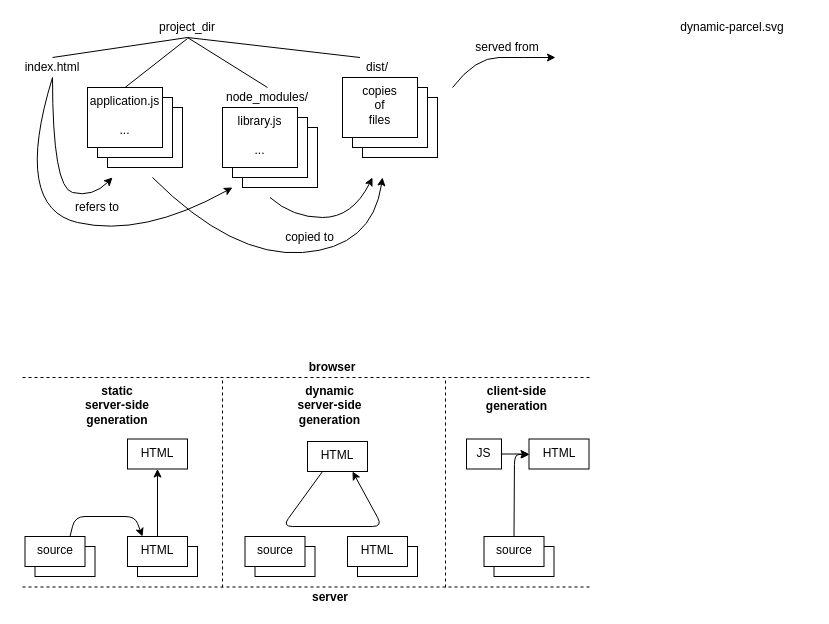
The draw.io diagram drawio/dynamic.drawio in software-tools-books/js4ds, before the edit. Source tidied: cells renumbered, new cells numbered last; positions are measured from the earlier drawing's top-left corner, leaving out a move shared by most shapes. Both pictures are drawn from the tidied source at 100%, with x=0, y=0 at pixel (12, 17).
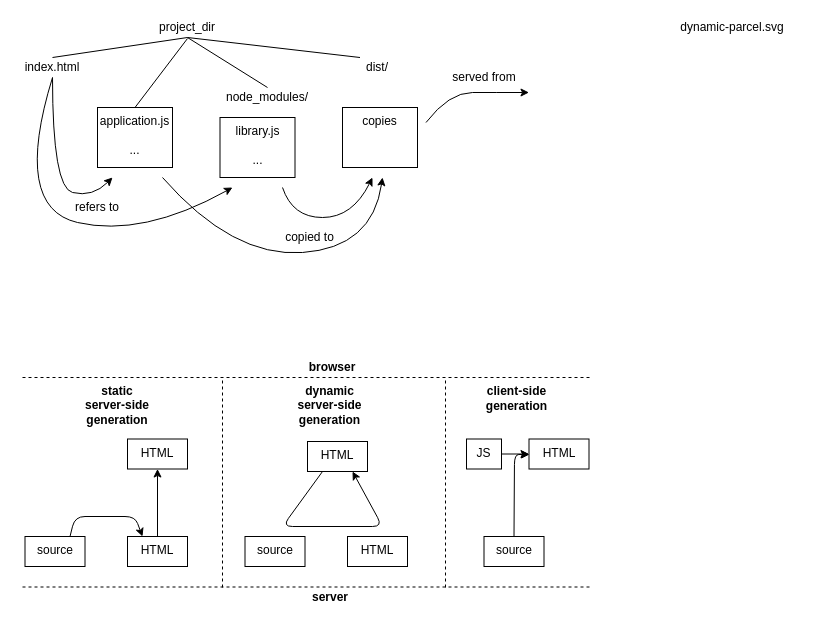
The same page after the edit.

Diff of the diagram source:
```diff
@@
-    <mxCell id="2" style="text;html=1;strokeColor=#000000;fillColor=#ffffff;align=center;verticalAlign=top;whiteSpace=wrap;rounded=0;" parent="1" vertex="1">
-      <mxGeometry x="125" y="529" width="60" height="30" as="geometry" />
-    </mxCell>
-    <mxCell id="3" style="text;html=1;strokeColor=#000000;fillColor=#ffffff;align=center;verticalAlign=top;whiteSpace=wrap;rounded=0;" parent="1" vertex="1">
-      <mxGeometry x="22.5" y="529" width="60" height="30" as="geometry" />
-    </mxCell>
-    <mxCell id="4" style="text;html=1;strokeColor=#000000;fillColor=#ffffff;align=center;verticalAlign=top;whiteSpace=wrap;rounded=0;" parent="1" vertex="1">
-      <mxGeometry x="95" y="90" width="75" height="60" as="geometry" />
-    </mxCell>
@@
-    <mxCell id="13" style="text;html=1;strokeColor=#000000;fillColor=#ffffff;align=center;verticalAlign=top;whiteSpace=wrap;rounded=0;" parent="1" vertex="1">
-      <mxGeometry x="85" y="80" width="75" height="60" as="geometry" />
-    </mxCell>
     <mxCell id="14" value="application.js&lt;div&gt;&lt;br&gt;&lt;/div&gt;&lt;div&gt;...&lt;br&gt;&lt;/div&gt;" style="text;html=1;strokeColor=#000000;fillColor=#ffffff;align=center;verticalAlign=top;whiteSpace=wrap;rounded=0;" parent="1" vertex="1">
-      <mxGeometry x="75" y="70" width="75" height="60" as="geometry" />
+      <mxGeometry x="85" y="90" width="75" height="60" as="geometry" />
     </mxCell>
@@
-    <mxCell id="16" style="text;html=1;strokeColor=#000000;fillColor=#ffffff;align=center;verticalAlign=top;whiteSpace=wrap;rounded=0;" parent="1" vertex="1">
-      <mxGeometry x="230" y="110" width="75" height="60" as="geometry" />
-    </mxCell>
-    <mxCell id="17" style="text;html=1;strokeColor=#000000;fillColor=#ffffff;align=center;verticalAlign=top;whiteSpace=wrap;rounded=0;" parent="1" vertex="1">
-      <mxGeometry x="220" y="100" width="75" height="60" as="geometry" />
-    </mxCell>
     <mxCell id="18" value="library.js&lt;div&gt;&lt;br&gt;&lt;/div&gt;&lt;div&gt;...&lt;br&gt;&lt;/div&gt;" style="text;html=1;strokeColor=#000000;fillColor=#ffffff;align=center;verticalAlign=top;whiteSpace=wrap;rounded=0;" parent="1" vertex="1">
-      <mxGeometry x="210" y="90" width="75" height="60" as="geometry" />
+      <mxGeometry x="207.5" y="100" width="75" height="60" as="geometry" />
     </mxCell>
-    <mxCell id="19" style="text;html=1;strokeColor=#000000;fillColor=#ffffff;align=center;verticalAlign=top;whiteSpace=wrap;rounded=0;" parent="1" vertex="1">
-      <mxGeometry x="350" y="80" width="75" height="60" as="geometry" />
-    </mxCell>
-    <mxCell id="20" style="text;html=1;strokeColor=#000000;fillColor=#ffffff;align=center;verticalAlign=top;whiteSpace=wrap;rounded=0;" parent="1" vertex="1">
-      <mxGeometry x="340" y="70" width="75" height="60" as="geometry" />
-    </mxCell>
-    <mxCell id="21" value="&lt;div&gt;copies&lt;/div&gt;&lt;div&gt;of&lt;/div&gt;&lt;div&gt;files&lt;/div&gt;" style="text;html=1;strokeColor=#000000;fillColor=#ffffff;align=center;verticalAlign=top;whiteSpace=wrap;rounded=0;" parent="1" vertex="1">
-      <mxGeometry x="330" y="60" width="75" height="60" as="geometry" />
+    <mxCell id="21" value="&lt;div&gt;copies&lt;/div&gt;" style="text;html=1;strokeColor=#000000;fillColor=#ffffff;align=center;verticalAlign=top;whiteSpace=wrap;rounded=0;" parent="1" vertex="1">
+      <mxGeometry x="330" y="90" width="75" height="60" as="geometry" />
     </mxCell>
@@
     <mxCell id="25" style="curved=1;endArrow=classic;html=1;" parent="1" edge="1">
       <mxGeometry relative="1" as="geometry">
-        <mxPoint x="140" y="160" as="sourcePoint" />
+        <mxPoint x="150" y="160" as="sourcePoint" />
         <mxPoint x="370" y="160" as="targetPoint" />
         <Array as="points">
           <mxPoint x="220" y="240" />
           <mxPoint x="360" y="230" />
         </Array>
       </mxGeometry>
     </mxCell>
     <mxCell id="26" style="curved=1;endArrow=classic;html=1;" parent="1" edge="1">
       <mxGeometry relative="1" as="geometry">
-        <mxPoint x="257.5" y="180" as="sourcePoint" />
+        <mxPoint x="270" y="170" as="sourcePoint" />
         <mxPoint x="360" y="160" as="targetPoint" />
         <Array as="points">
           <mxPoint x="280" y="200" />
           <mxPoint x="340" y="200" />
         </Array>
       </mxGeometry>
     </mxCell>
@@
     <mxCell id="28" style="curved=1;endArrow=classic;html=1;" parent="1" edge="1">
       <mxGeometry relative="1" as="geometry">
-        <mxPoint x="440" y="70" as="sourcePoint" />
-        <mxPoint x="543" y="40" as="targetPoint" />
+        <mxPoint x="413.5" y="105" as="sourcePoint" />
+        <mxPoint x="516.5" y="75" as="targetPoint" />
         <Array as="points">
-          <mxPoint x="463" y="40" />
-          <mxPoint x="510" y="40" />
+          <mxPoint x="436.5" y="75" />
+          <mxPoint x="483.5" y="75" />
         </Array>
       </mxGeometry>
     </mxCell>
     <mxCell id="29" value="served from" style="text;html=1;strokeColor=none;fillColor=none;align=center;verticalAlign=middle;whiteSpace=wrap;rounded=0;" parent="1" vertex="1">
-      <mxGeometry x="460" y="20" width="70" height="20" as="geometry" />
+      <mxGeometry x="436.5" y="50" width="70" height="20" as="geometry" />
     </mxCell>
@@
-    <mxCell id="32" style="text;html=1;strokeColor=#000000;fillColor=#ffffff;align=center;verticalAlign=top;whiteSpace=wrap;rounded=0;" parent="1" vertex="1">
-      <mxGeometry x="345" y="529" width="60" height="30" as="geometry" />
-    </mxCell>
-    <mxCell id="33" style="text;html=1;strokeColor=#000000;fillColor=#ffffff;align=center;verticalAlign=top;whiteSpace=wrap;rounded=0;" parent="1" vertex="1">
-      <mxGeometry x="242.5" y="529" width="60" height="30" as="geometry" />
-    </mxCell>
@@
-    <mxCell id="36" style="text;html=1;strokeColor=#000000;fillColor=#ffffff;align=center;verticalAlign=top;whiteSpace=wrap;rounded=0;" parent="1" vertex="1">
-      <mxGeometry x="481.5" y="529" width="60" height="30" as="geometry" />
-    </mxCell>
```
